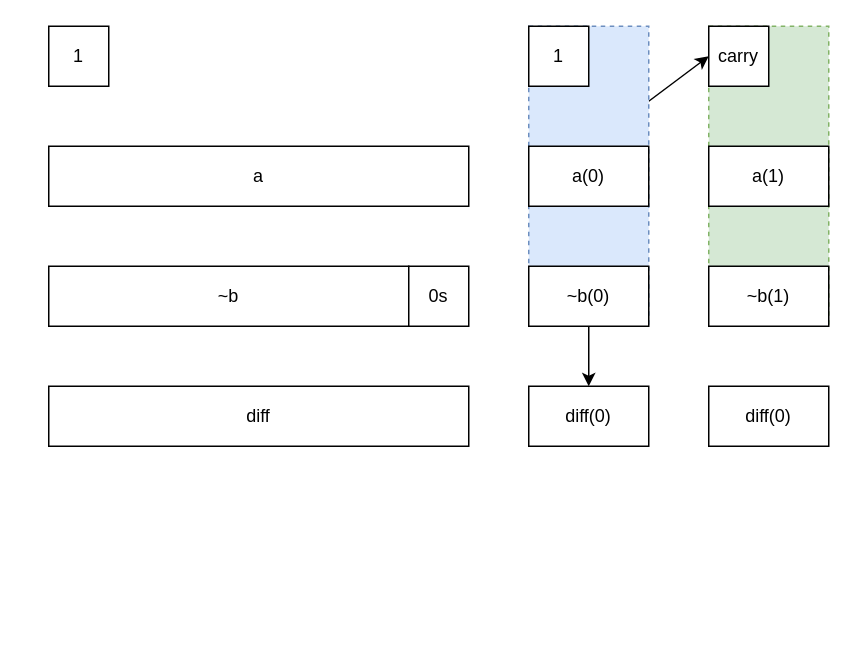
Before: page "bigSub" (10 of 10) of src/main/resources/Karatsuba.drawio in RicardoNid/Chainsaw2, a draw.io diagram. Source tidied: cells renumbered, new cells numbered last; positions are measured from the earlier drawing's top-left corner, leaving out a move shared by most shapes. Both pictures are drawn from the tidied source at 150%, with x=0, y=0 at pixel (48, 26).
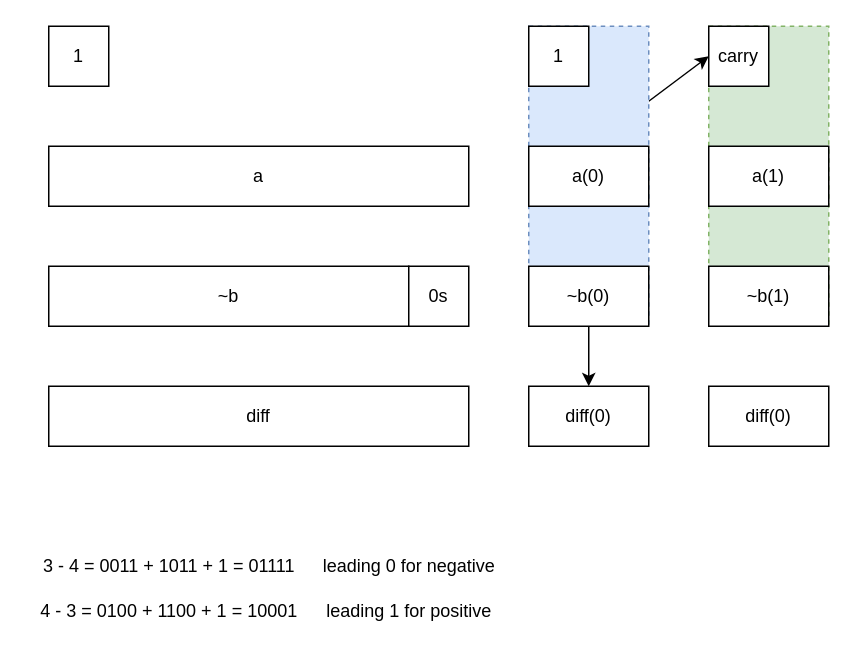
After the change.

Change to the diagram source:
```diff
@@
+    <mxCell id="19" value="3 - 4 = 0011 + 1011 + 1 = 01111" style="text;html=1;align=center;verticalAlign=middle;strokeColor=none;fillColor=none;" parent="1" vertex="1">
+      <mxGeometry x="-10" y="350" width="180" height="20" as="geometry" />
+    </mxCell>
+    <mxCell id="20" value="4 - 3 = 0100 + 1100 + 1 = 10001" style="text;html=1;align=center;verticalAlign=middle;strokeColor=none;fillColor=none;" parent="1" vertex="1">
+      <mxGeometry x="-15" y="380" width="190" height="20" as="geometry" />
+    </mxCell>
+    <mxCell id="21" value="leading 0 for negative" style="text;html=1;align=center;verticalAlign=middle;strokeColor=none;fillColor=none;" parent="1" vertex="1">
+      <mxGeometry x="175" y="350" width="130" height="20" as="geometry" />
+    </mxCell>
+    <mxCell id="22" value="leading 1 for positive" style="text;html=1;align=center;verticalAlign=middle;strokeColor=none;fillColor=none;" parent="1" vertex="1">
+      <mxGeometry x="175" y="380" width="130" height="20" as="geometry" />
+    </mxCell>
```
